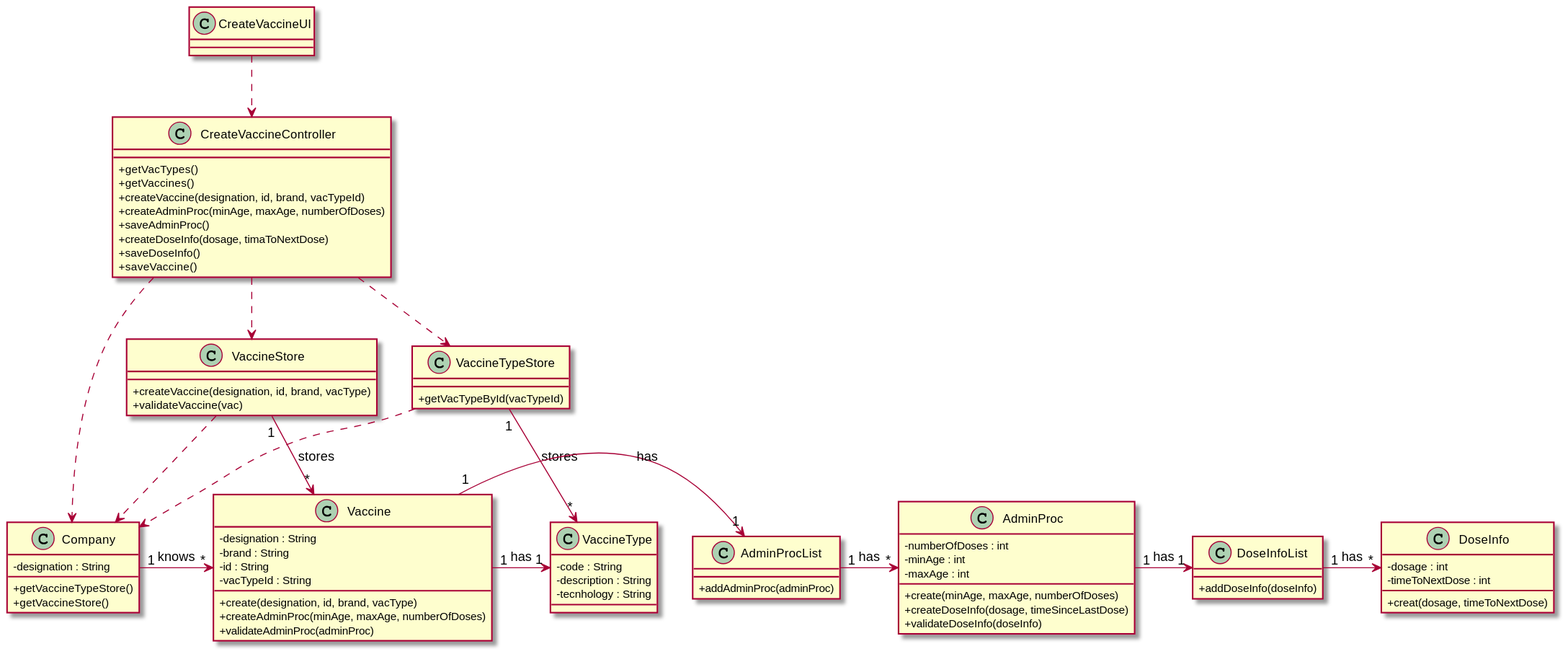
This is docs/SprintB/US13/CD/US13_CD.svg from miseEnPlace-i/lapr2, a PlantUML export, as it was before one commit.
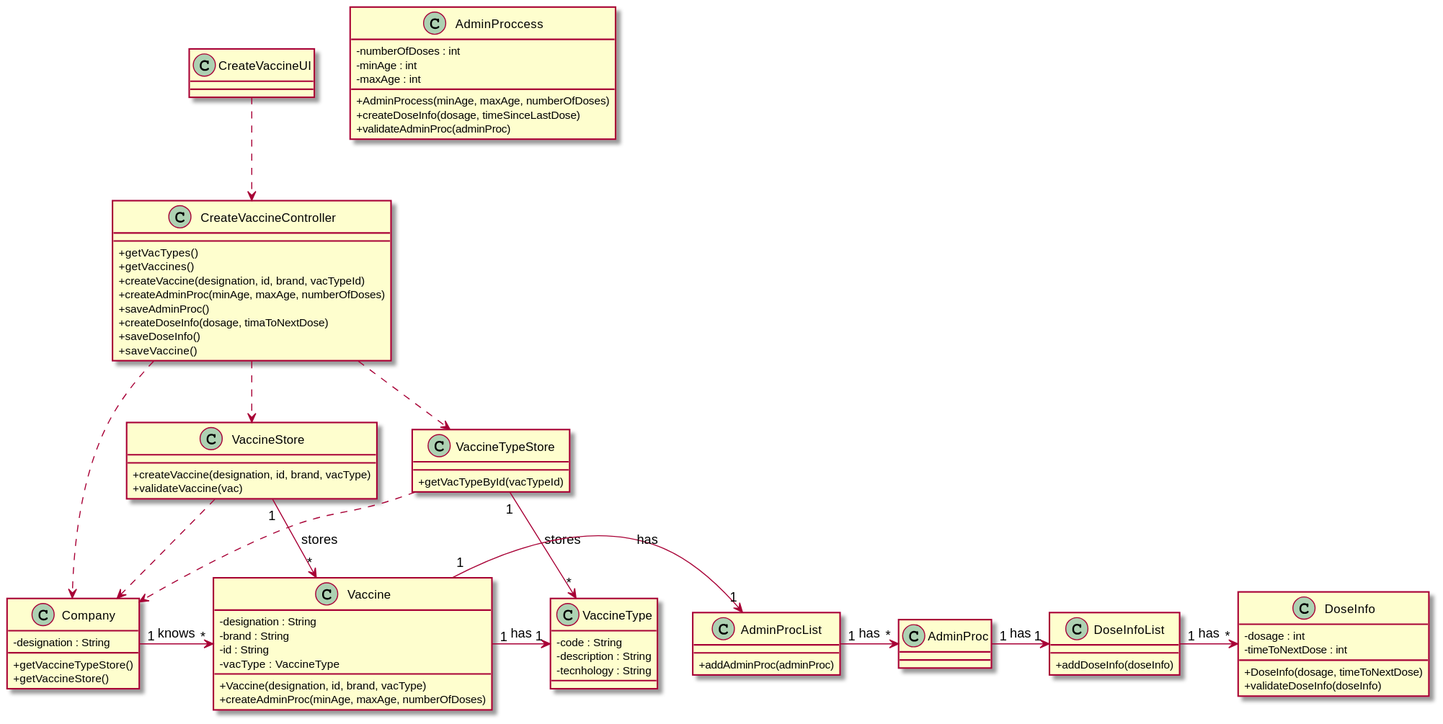
Later version of the same file.

Commit message:
docs(US13): exported diagrams

Change to the diagram source:
```diff
@@ -36,11 +36,10 @@
     -designation : String
     -brand : String
     -id : String
-    -vacTypeId : String
+    -vacType : VaccineType
 
-    +create(designation, id, brand, vacType)
+    +Vaccine(designation, id, brand, vacType)
     +createAdminProc(minAge, maxAge, numberOfDoses)
-    +validateAdminProc(adminProc)
 }
 
 class VaccineType{
@@ -49,14 +48,14 @@
     -tecnhology : String
 }
 
-class AdminProc{
+class AdminProccess{
     -numberOfDoses : int
     -minAge : int
     -maxAge : int
 
-    +create(minAge, maxAge, numberOfDoses)
+    +AdminProcess(minAge, maxAge, numberOfDoses)
     +createDoseInfo(dosage, timeSinceLastDose)
-    +validateDoseInfo(doseInfo)
+    +validateAdminProc(adminProc)
 }
 
 class AdminProcList{
@@ -67,7 +66,8 @@
     -dosage : int
     -timeToNextDose : int
 
-    +creat(dosage, timeToNextDose)
+    +DoseInfo(dosage, timeToNextDose)
+    +validateDoseInfo(doseInfo)
 }
 
 class DoseInfoList{
```
